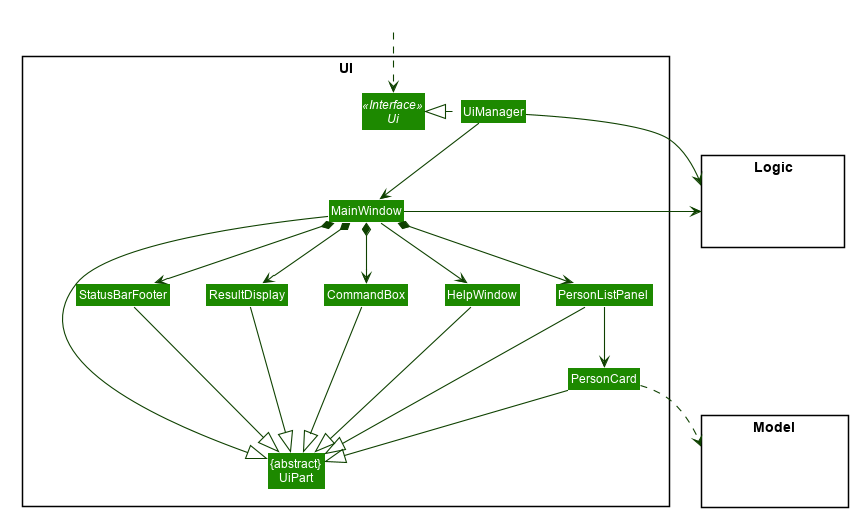
This is docs/images/UiClassDiagram.png from nus-cs2103-AY1920S1/addressbook-level3, a PlantUML export, as it was before one commit.
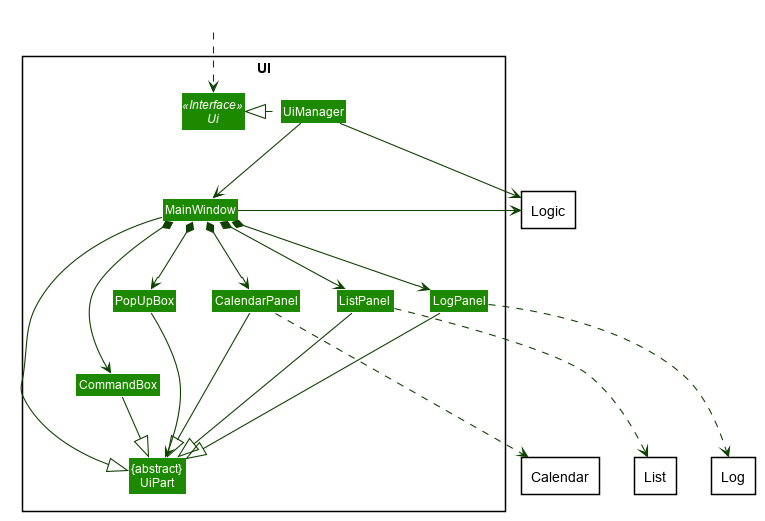
The same diagram one commit later.

Diff of the diagram source:
```diff
@@ -56,20 +56,23 @@
 Class "{abstract}\nUiPart" as UiPart
 Class UiManager
 Class MainWindow
-Class HelpWindow
-Class ResultDisplay
-Class PersonListPanel
-Class PersonCard
-Class StatusBarFooter
 Class CommandBox
-}
-
-package Model <<Rectangle>> {
-Class HiddenModel #FFFFFF
+Class CalendarPanel
+Class ListPanel
+Class LogPanel
+Class PopUpBox
 }
 
 package Logic <<Rectangle>> {
-Class HiddenLogic #FFFFFF
+}
+
+package List <<Rectangle>> {
+}
+
+package Calendar <<Rectangle>> {
+}
+
+package Log <<Rectangle>> {
 }
 
 Class HiddenOutside #FFFFFF
@@ -77,31 +80,31 @@
 
 UiManager .left.|> Ui
 UiManager -down-> MainWindow
-MainWindow --> HelpWindow
+UiManager -right-> Logic
+
 MainWindow *-down-> CommandBox
-MainWindow *-down-> ResultDisplay
-MainWindow *-down-> PersonListPanel
-MainWindow *-down-> StatusBarFooter
+MainWindow *-down-> ListPanel
+MainWindow *-down-> CalendarPanel
+MainWindow *-down-> LogPanel
+MainWindow *-down-> PopUpBox
 
-PersonListPanel -down-> PersonCard
+MainWindow -|> UiPart
+MainWindow -right-> Logic
 
-MainWindow -left-|> UiPart
+CommandBox -down-|> UiPart
 
-ResultDisplay --|> UiPart
-CommandBox --|> UiPart
-PersonListPanel --|> UiPart
-PersonCard --|> UiPart
-StatusBarFooter --|> UiPart
-HelpWindow -down-|> UiPart
+CalendarPanel -down--|> UiPart
+CalendarPanel -down..> Calendar
 
-PersonCard ..> Model
-UiManager -right-> Logic
-MainWindow -left-> Logic
+ListPanel -down--|> UiPart
+ListPanel -down..> List
 
-PersonListPanel -[hidden]left- HelpWindow
-HelpWindow -[hidden]left- CommandBox
-CommandBox -[hidden]left- ResultDisplay
-ResultDisplay -[hidden]left- StatusBarFooter
+LogPanel -down--|> UiPart
+LogPanel -down..> Log
+
+PopUpBox -down--> UiPart
 
 MainWindow -[hidden]-|> UiPart
+MainWindow -[hidden]-|> UiPart
+
 @enduml
```
